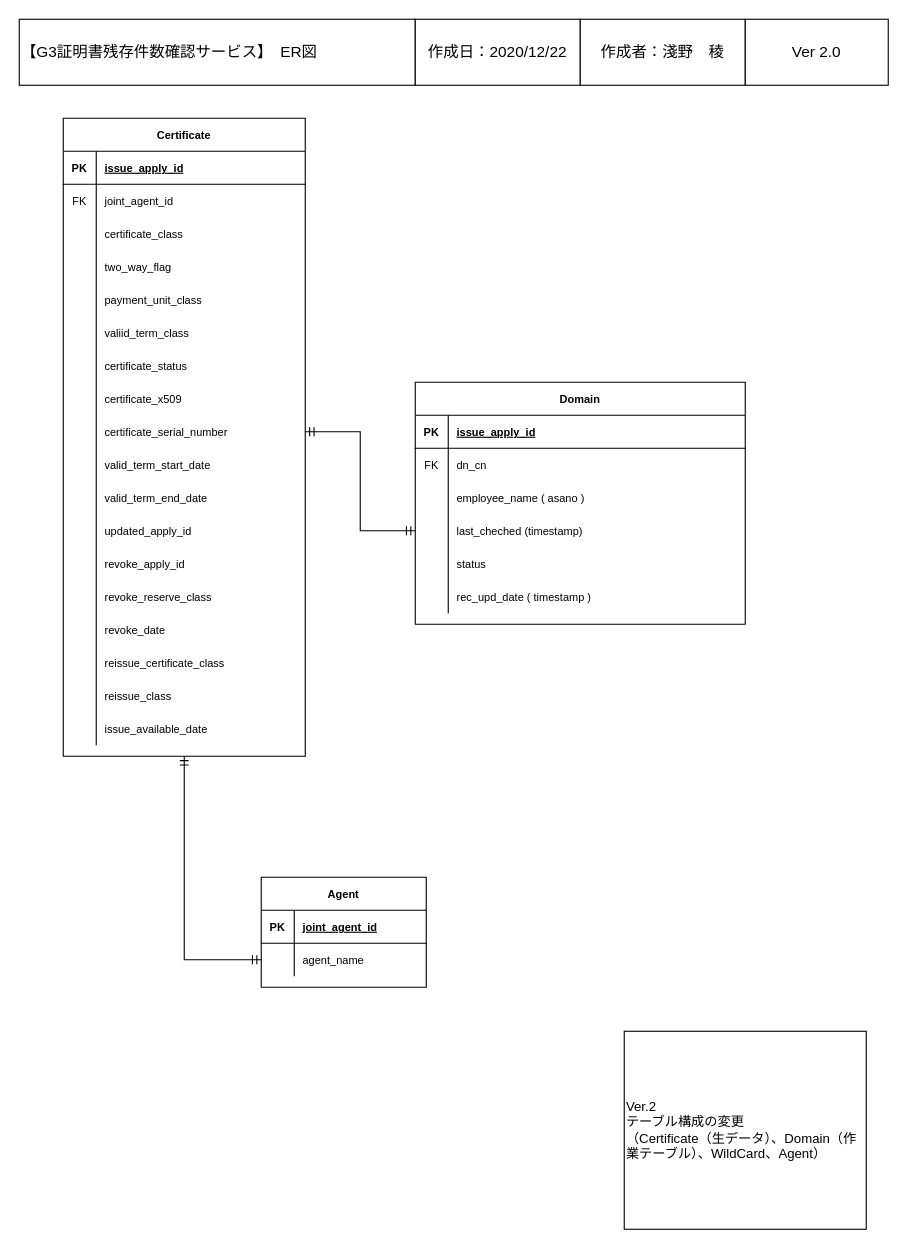
The draw.io diagram page "ER図" (3 of 6) of UMLDiagram.drawio in r-asano/kaihatsubuKenshu, before the edit. Source tidied: cells renumbered, new cells numbered last; positions are measured from the earlier drawing's top-left corner, leaving out a move shared by most shapes. Both pictures are drawn from the tidied source at 110%, with x=0, y=0 at pixel (19, 19).
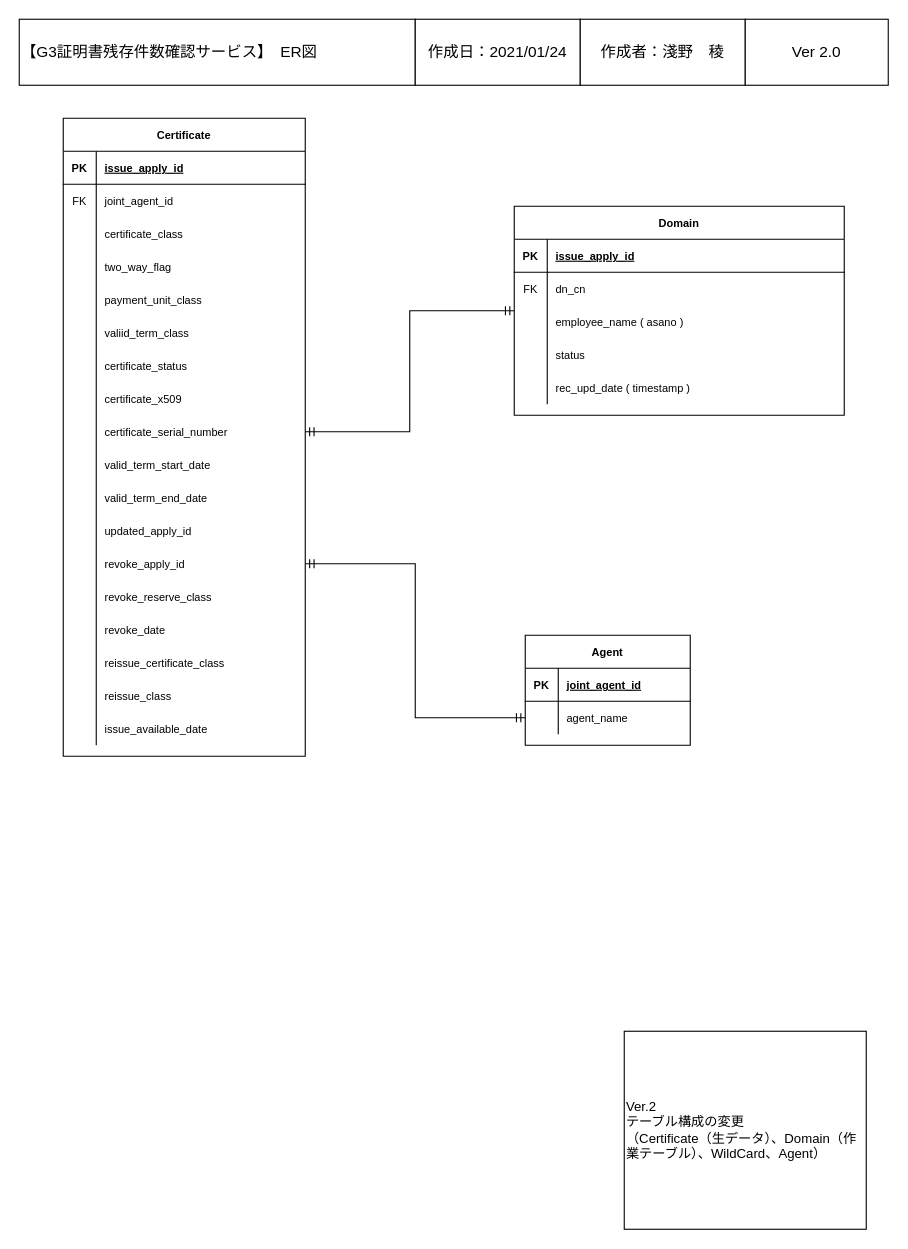
Above is the later version.

Unchanged cells that the change refers to:
```xml
<mxCell id="25" style="shape=partialRectangle;fillColor=none;points=[[0,0.5],[1,0.5]];portConstraint=eastwest;top=0;left=0;right=0;bottom=0;fontSize=10;" parent="21" vertex="1">
  <mxGeometry y="60" width="150" height="30" as="geometry" />
</mxCell>
<mxCell id="32" value="Certificate" style="shape=table;startSize=30;childLayout=tableLayout;rowLines=0;fontStyle=1;align=center;fontSize=10;" parent="1" vertex="1">
  <mxGeometry x="40" y="90" width="220" height="580" as="geometry" />
</mxCell>
<mxCell id="57" style="shape=partialRectangle;fillColor=none;points=[[0,0.5],[1,0.5]];portConstraint=eastwest;top=0;left=0;right=0;bottom=0;fontSize=10;" parent="32" vertex="1">
  <mxGeometry y="270" width="220" height="30" as="geometry" />
</mxCell>
<mxCell id="69" style="shape=partialRectangle;fillColor=none;points=[[0,0.5],[1,0.5]];portConstraint=eastwest;top=0;left=0;right=0;bottom=0;fontSize=10;" parent="32" vertex="1">
  <mxGeometry y="390" width="220" height="30" as="geometry" />
</mxCell>
```

What changed in the source:
```diff
@@
     <mxCell id="2" value="Domain" style="shape=table;startSize=30;childLayout=tableLayout;rowLines=0;fontStyle=1;align=center;fontSize=10;" parent="1" vertex="1">
-      <mxGeometry x="360" y="330" width="300" height="220" as="geometry" />
+      <mxGeometry x="450" y="170" width="300" height="190" as="geometry" />
     </mxCell>
@@
-    <mxCell id="12" style="shape=partialRectangle;fillColor=none;points=[[0,0.5],[1,0.5]];portConstraint=eastwest;top=0;left=0;right=0;bottom=0;fontSize=10;" parent="2" vertex="1">
-      <mxGeometry y="120" width="300" height="30" as="geometry" />
-    </mxCell>
-    <mxCell id="13" style="shape=partialRectangle;overflow=hidden;fillColor=none;top=0;left=0;bottom=0;right=0;fontSize=10;" parent="12" vertex="1">
-      <mxGeometry width="30" height="30" as="geometry" />
-    </mxCell>
-    <mxCell id="14" value="last_cheched (timestamp)" style="shape=partialRectangle;overflow=hidden;fillColor=none;top=0;left=0;bottom=0;right=0;align=left;spacingLeft=6;fontSize=10;" parent="12" vertex="1">
-      <mxGeometry x="30" width="270" height="30" as="geometry" />
-    </mxCell>
     <mxCell id="15" style="shape=partialRectangle;fillColor=none;top=0;left=0;right=0;bottom=0;fontSize=10;" parent="2" vertex="1">
-      <mxGeometry y="150" width="300" height="30" as="geometry" />
+      <mxGeometry y="120" width="300" height="30" as="geometry" />
     </mxCell>
@@
     <mxCell id="18" style="shape=partialRectangle;fillColor=none;top=0;left=0;right=0;bottom=0;fontSize=10;" parent="2" vertex="1">
-      <mxGeometry y="180" width="300" height="30" as="geometry" />
+      <mxGeometry y="150" width="300" height="30" as="geometry" />
     </mxCell>
@@
     <mxCell id="21" value="Agent" style="shape=table;startSize=30;childLayout=tableLayout;rowLines=0;fontStyle=1;align=center;fontSize=10;" parent="1" vertex="1">
-      <mxGeometry x="220" y="780" width="150" height="100" as="geometry" />
+      <mxGeometry x="460" y="560" width="150" height="100" as="geometry" />
     </mxCell>
@@
-    <mxCell id="29" value="&lt;font style=&quot;font-size: 14px&quot;&gt;作成日：2020/12/22&lt;/font&gt;" style="rounded=0;whiteSpace=wrap;html=1;fontSize=14;" parent="1" vertex="1">
+    <mxCell id="29" value="&lt;font style=&quot;font-size: 14px&quot;&gt;作成日：2021/01/24&lt;/font&gt;" style="rounded=0;whiteSpace=wrap;html=1;fontSize=14;" parent="1" vertex="1">
       <mxGeometry x="360" width="150" height="60" as="geometry" />
     </mxCell>
@@
-    <mxCell id="88" style="edgeStyle=orthogonalEdgeStyle;rounded=0;jettySize=auto;html=1;exitX=0;exitY=0.5;exitDx=0;exitDy=0;entryX=0.5;entryY=1;entryDx=0;entryDy=0;startArrow=ERmandOne;startFill=0;endArrow=ERmandOne;endFill=0;" parent="1" edge="1" source="25" target="32">
+    <mxCell id="88" style="edgeStyle=orthogonalEdgeStyle;rounded=0;jettySize=auto;html=1;exitX=0;exitY=0.5;exitDx=0;exitDy=0;startArrow=ERmandOne;startFill=0;endArrow=ERmandOne;endFill=0;entryX=1;entryY=0.5;entryDx=0;entryDy=0;" parent="1" edge="1" source="25" target="69">
       <mxGeometry relative="1" as="geometry" />
     </mxCell>
-    <mxCell id="89" style="edgeStyle=orthogonalEdgeStyle;rounded=0;jettySize=auto;html=1;entryX=0;entryY=0.5;entryDx=0;entryDy=0;endArrow=ERmandOne;endFill=0;startArrow=ERmandOne;startFill=0;" parent="1" edge="1" source="57" target="12">
+    <mxCell id="89" style="edgeStyle=orthogonalEdgeStyle;rounded=0;jettySize=auto;html=1;endArrow=ERmandOne;endFill=0;startArrow=ERmandOne;startFill=0;" parent="1" edge="1" source="57" target="2">
       <mxGeometry relative="1" as="geometry" />
     </mxCell>
```
